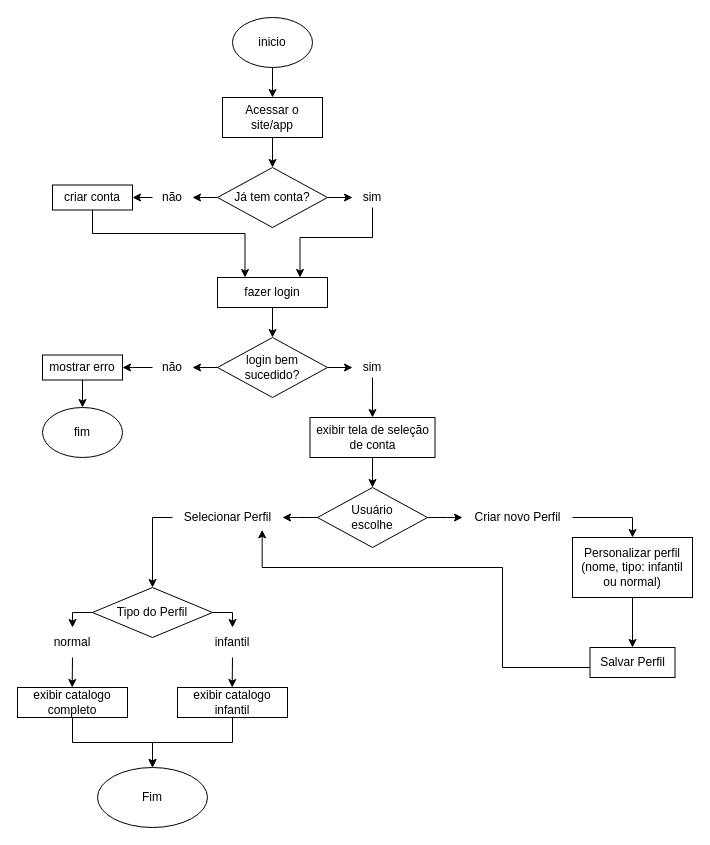
Andynlx01/fluxograma.aprensa-o keeps this draw.io diagram as novo_fluxograma.drawio. Above is the earlier version. Source tidied: cells renumbered, new cells numbered last; positions are measured from the earlier drawing's top-left corner, leaving out a move shared by most shapes. Both pictures are drawn from the tidied source at 100%, with x=0, y=0 at pixel (17, 17).
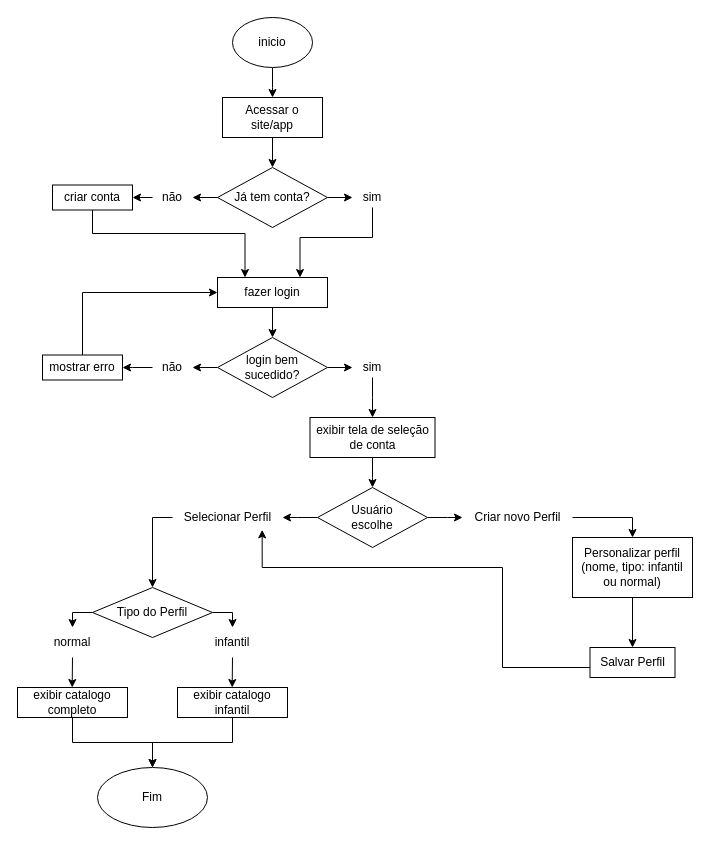
Above is the later version.

Unchanged cells that the change refers to:
```xml
<mxCell id="2" style="group;" parent="1" vertex="1">
  <mxGeometry width="675" height="810" as="geometry" />
</mxCell>
<mxCell id="17" value="fazer login" style="rounded=0;whiteSpace=wrap;html=1;" parent="2" vertex="1">
  <mxGeometry x="200" y="260" width="110" height="30" as="geometry" />
</mxCell>
<mxCell id="26" value="mostrar erro" style="rounded=0;whiteSpace=wrap;html=1;" parent="2" vertex="1">
  <mxGeometry x="25" y="337.5" width="80" height="25" as="geometry" />
</mxCell>
```

Diff of the diagram source:
```diff
@@
-    <mxCell id="25" style="edgeStyle=orthogonalEdgeStyle;rounded=0;jettySize=auto;html=1;" parent="2" edge="1" source="26" target="27">
-      <mxGeometry relative="1" as="geometry" />
-    </mxCell>
+    <mxCell id="54" style="edgeStyle=orthogonalEdgeStyle;rounded=0;jettySize=auto;html=1;entryX=0;entryY=0.5;entryDx=0;entryDy=0;" parent="2" edge="1" source="26" target="17">
+      <mxGeometry relative="1" as="geometry">
+        <Array as="points">
+          <mxPoint x="65" y="275" />
+        </Array>
+      </mxGeometry>
+    </mxCell>
@@
-    <mxCell id="27" value="fim" style="ellipse;whiteSpace=wrap;html=1;" parent="2" vertex="1">
-      <mxGeometry x="25" y="390" width="80" height="50" as="geometry" />
-    </mxCell>
```
